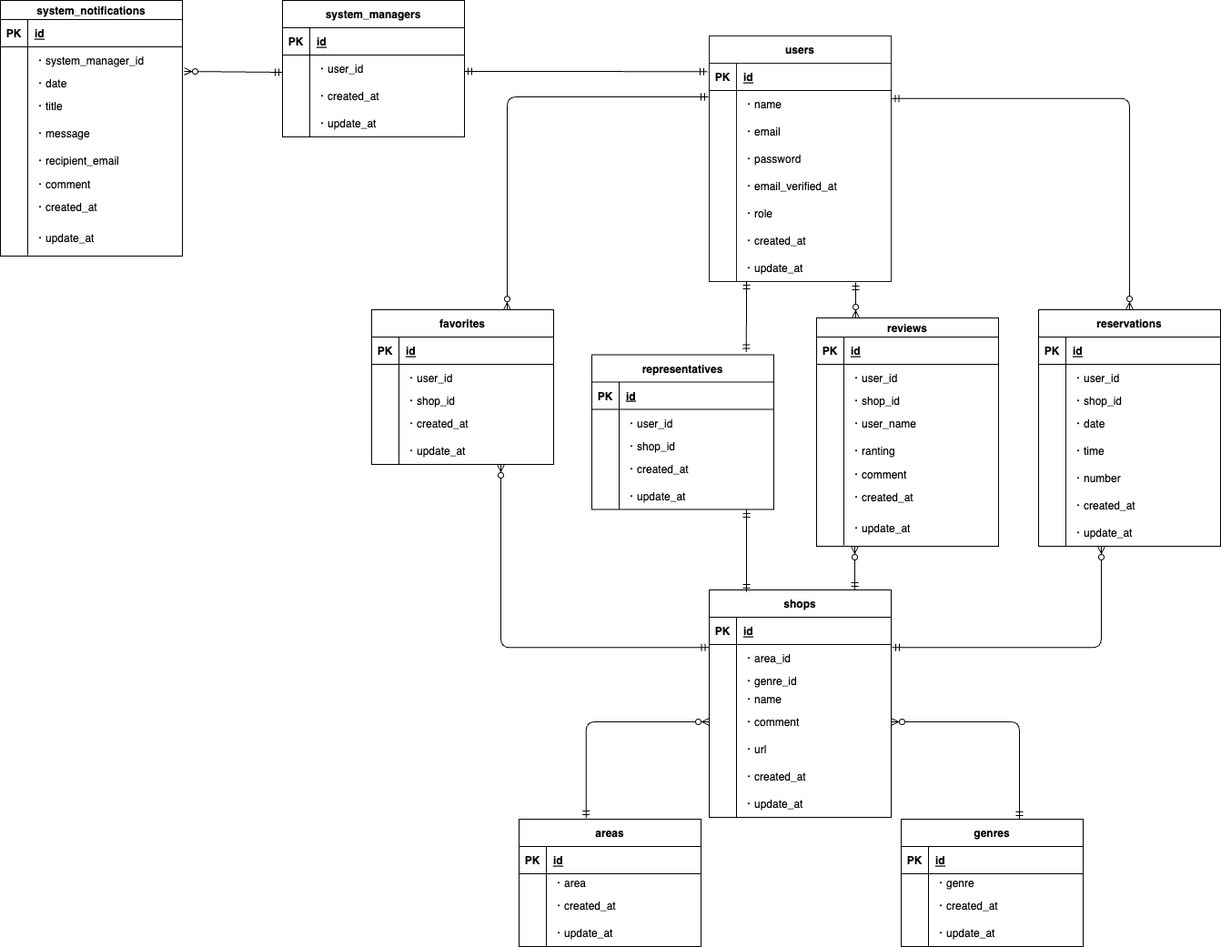
The draw.io diagram rese.png in fukao1985/Rese_project, before a commit. Source tidied: cells renumbered, new cells last; positions are measured from the earlier drawing's top-left corner, leaving out a move shared by most shapes.
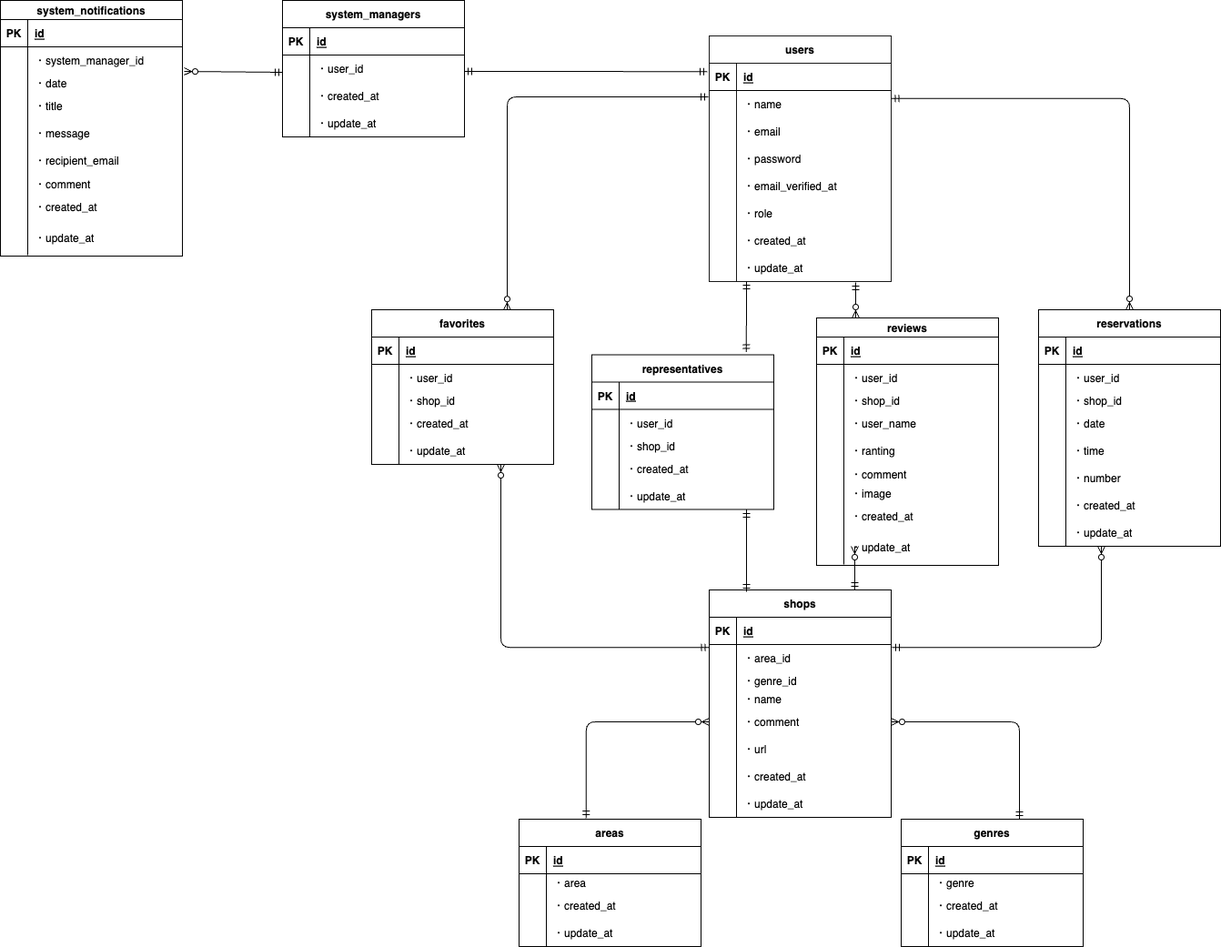
The same diagram one commit later.

Diff of the diagram source:
```diff
@@ -385,7 +385,7 @@
       </mxGeometry>
     </mxCell>
     <mxCell id="126" value="reviews" style="shape=table;startSize=21;rowLines=0;fontStyle=1;align=center;" parent="2" vertex="1">
-      <mxGeometry x="437" y="199" width="200" height="251" as="geometry" />
+      <mxGeometry x="437" y="199" width="200" height="272" as="geometry" />
     </mxCell>
     <mxCell id="127" style="shape=tableRow;horizontal=0;startSize=0;swimlaneHead=0;swimlaneBody=0;fillColor=none;top=0;left=0;right=0;bottom=1;" parent="126" vertex="1">
       <mxGeometry y="21" width="200" height="30" as="geometry" />
@@ -441,8 +441,17 @@
     <mxCell id="144" value="・comment" style="shape=partialRectangle;fillColor=none;top=0;left=0;bottom=0;right=0;align=left;spacingLeft=6;overflow=hidden;" parent="142" vertex="1">
       <mxGeometry x="30" width="170" height="21" as="geometry" />
     </mxCell>
+    <mxCell id="214" style="shape=tableRow;horizontal=0;startSize=0;swimlaneHead=0;swimlaneBody=0;fillColor=none;top=0;left=0;right=0;bottom=0;" parent="126" vertex="1">
+      <mxGeometry y="182" width="200" height="21" as="geometry" />
+    </mxCell>
+    <mxCell id="215" style="shape=partialRectangle;fillColor=none;top=0;left=0;bottom=0;right=0;overflow=hidden;" parent="214" vertex="1">
+      <mxGeometry width="30" height="21" as="geometry" />
+    </mxCell>
+    <mxCell id="216" value="・image" style="shape=partialRectangle;fillColor=none;top=0;left=0;bottom=0;right=0;align=left;spacingLeft=6;overflow=hidden;" parent="214" vertex="1">
+      <mxGeometry x="30" width="170" height="21" as="geometry" />
+    </mxCell>
     <mxCell id="145" style="shape=tableRow;horizontal=0;startSize=0;swimlaneHead=0;swimlaneBody=0;fillColor=none;top=0;left=0;right=0;bottom=0;" parent="126" vertex="1">
-      <mxGeometry y="182" width="200" height="29" as="geometry" />
+      <mxGeometry y="203" width="200" height="29" as="geometry" />
     </mxCell>
     <mxCell id="146" style="shape=partialRectangle;fillColor=none;top=0;left=0;bottom=0;right=0;overflow=hidden;" parent="145" vertex="1">
       <mxGeometry width="30" height="29" as="geometry" />
@@ -451,7 +460,7 @@
       <mxGeometry x="30" width="170" height="29" as="geometry" />
     </mxCell>
     <mxCell id="148" style="shape=tableRow;horizontal=0;startSize=0;swimlaneHead=0;swimlaneBody=0;fillColor=none;top=0;left=0;right=0;bottom=0;" parent="126" vertex="1">
-      <mxGeometry y="211" width="200" height="39" as="geometry" />
+      <mxGeometry y="232" width="200" height="39" as="geometry" />
     </mxCell>
     <mxCell id="149" style="shape=partialRectangle;fillColor=none;top=0;left=0;bottom=0;right=0;overflow=hidden;" parent="148" vertex="1">
       <mxGeometry width="30" height="39" as="geometry" />
```
